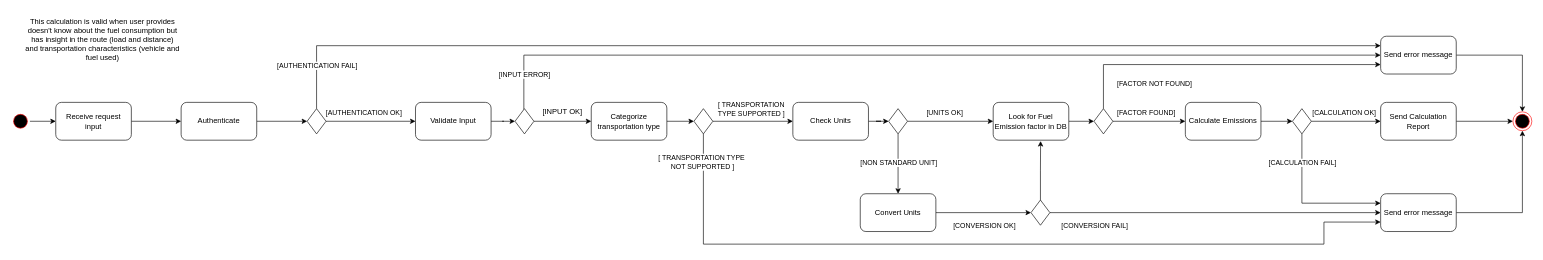
This is documentation/activity-diagram/EmissionsCalculationBasedOnDefaultDataActivityDiagram.drawio from Niklas-Mezynski/fontys-sofa-project-pharox-ghg-emissions-calculation, a draw.io file, before an edit. Source tidied: cells renumbered, new cells numbered last; positions are measured from the earlier drawing's top-left corner, leaving out a move shared by most shapes. Both pictures are drawn from the tidied source at 63%, with x=0, y=0 at pixel (11, 11).
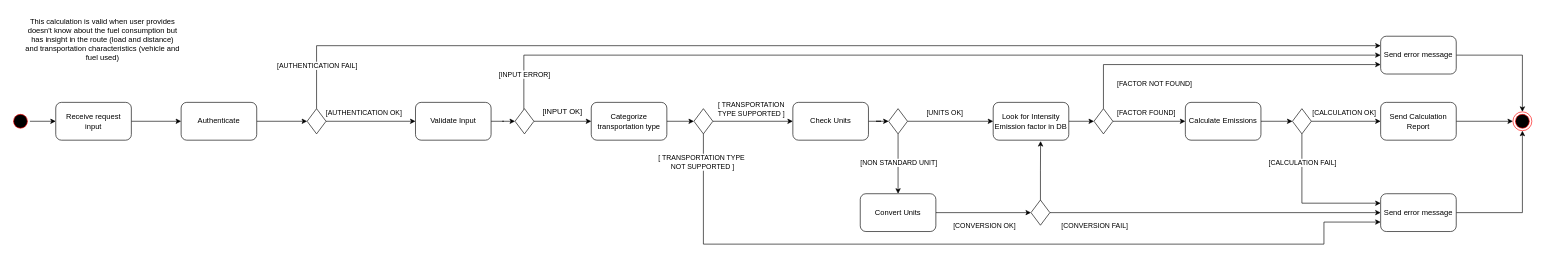
After the change.

Commit message (it also covers changes not shown here):
Fix errors in diagrams

What changed in the source:
```diff
@@
-    <mxCell id="27" value="Look for Fuel Emission factor in DB" style="rounded=1;whiteSpace=wrap;html=1;" parent="1" vertex="1">
+    <mxCell id="27" value="Look for Intensity Emission factor in DB" style="rounded=1;whiteSpace=wrap;html=1;" parent="1" vertex="1">
       <mxGeometry x="1559" y="145" width="120" height="60" as="geometry" />
     </mxCell>
```
